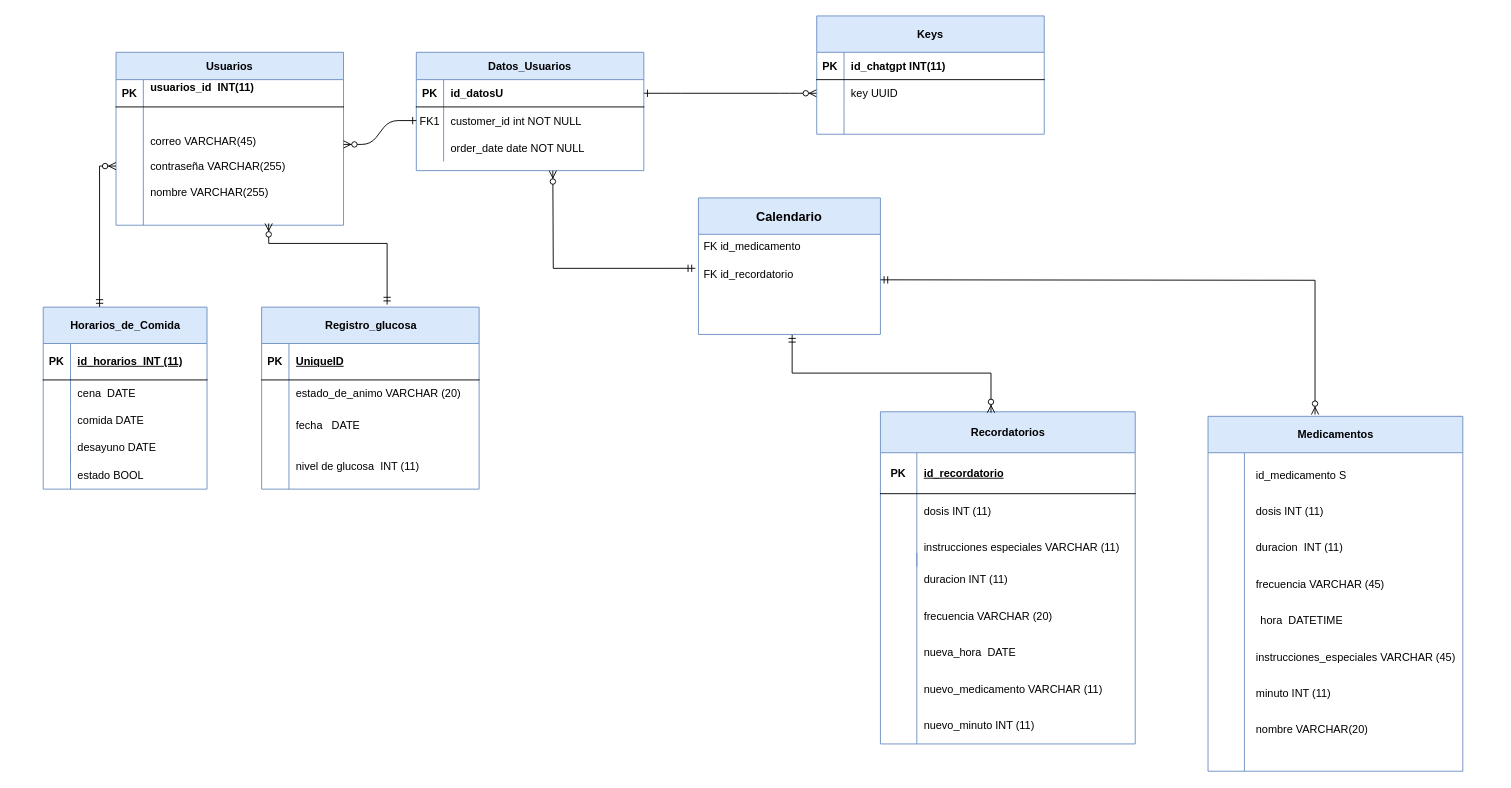
Before: DiagramaGlucoBalance.drawio in AGEJH/Portafolio-Ingeniero, a draw.io diagram. Source tidied: cells renumbered, new cells numbered last; positions are measured from the earlier drawing's top-left corner, leaving out a move shared by most shapes. Both pictures are drawn from the tidied source at 91%, with x=0, y=0 at pixel (15, 15).
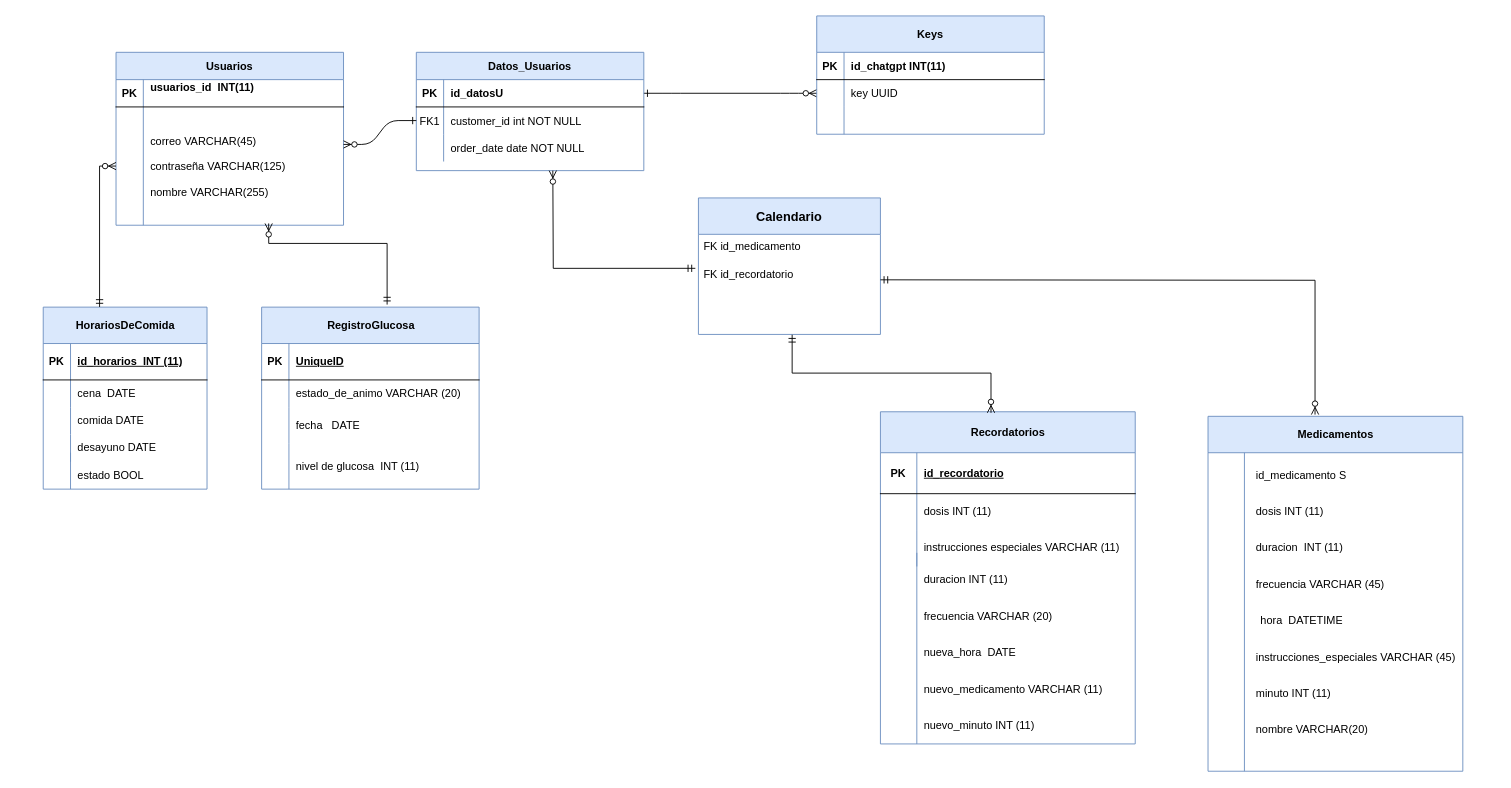
Above is the later version.

The change refers to these unchanged cells:
```xml
<mxCell id="27" style="shape=partialRectangle;fillColor=none;points=[[0,0.5],[1,0.5]];portConstraint=eastwest;top=0;left=0;right=0;bottom=0;" parent="23" vertex="1">
  <mxGeometry y="60" width="250" height="130" as="geometry" />
</mxCell>
```

What changed in the source:
```diff
@@
-    <mxCell id="29" value="correo VARCHAR(45)&#10;&#10;contraseña VARCHAR(255)&#10;&#10;nombre VARCHAR(255)" style="shape=partialRectangle;overflow=hidden;fillColor=none;top=0;left=0;bottom=0;right=0;align=left;spacingLeft=6;" parent="27" vertex="1">
+    <mxCell id="29" value="correo VARCHAR(45)&#10;&#10;contraseña VARCHAR(125)&#10;&#10;nombre VARCHAR(255)" style="shape=partialRectangle;overflow=hidden;fillColor=none;top=0;left=0;bottom=0;right=0;align=left;spacingLeft=6;" parent="27" vertex="1">
       <mxGeometry x="30" width="220" height="130" as="geometry" />
     </mxCell>
@@
-    <mxCell id="65" value="Horarios_de_Comida" style="shape=table;startSize=40;childLayout=tableLayout;rowLines=0;fontStyle=1;align=center;html=1;fillColor=#dae8fc;strokeColor=#6c8ebf;" parent="1" vertex="1">
+    <mxCell id="65" value="HorariosDeComida" style="shape=table;startSize=40;childLayout=tableLayout;rowLines=0;fontStyle=1;align=center;html=1;fillColor=#dae8fc;strokeColor=#6c8ebf;" parent="1" vertex="1">
       <mxGeometry x="30" y="320" width="180" height="200" as="geometry" />
     </mxCell>
@@
-    <mxCell id="81" value="Registro_glucosa" style="shape=table;startSize=40;childLayout=tableLayout;rowLines=0;fontStyle=1;align=center;html=1;fillColor=#dae8fc;strokeColor=#6c8ebf;" parent="1" vertex="1">
+    <mxCell id="81" value="RegistroGlucosa" style="shape=table;startSize=40;childLayout=tableLayout;rowLines=0;fontStyle=1;align=center;html=1;fillColor=#dae8fc;strokeColor=#6c8ebf;" parent="1" vertex="1">
       <mxGeometry x="270" y="320" width="239" height="200" as="geometry" />
     </mxCell>
```
